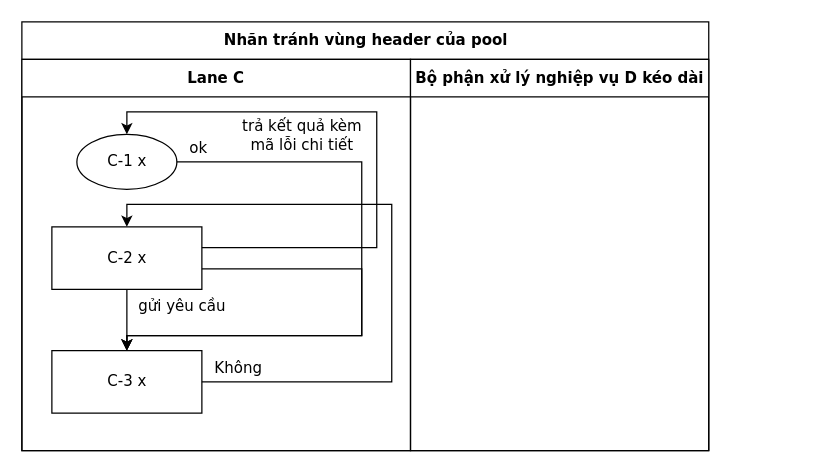
This is conformance/golden/cases/57-label-header-box.drawio from luytbq/flowcast, a draw.io file, before an edit. Source tidied: cells renumbered, new cells numbered last; positions are measured from the earlier drawing's top-left corner, leaving out a move shared by most shapes. Both pictures are drawn from the tidied source at 125%, with x=0, y=0 at pixel (21, 21).
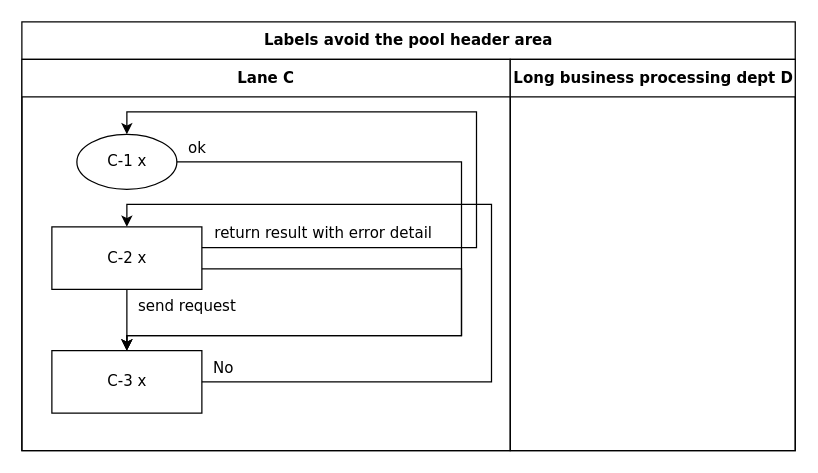
Above is the later version.

Unchanged cells that the change refers to:
```xml
<mxCell id="5" value="C-1 x" style="ellipse;html=1;fontFamily=Verdana;fontSize=12;flowtable=1;" parent="3" vertex="1">
  <mxGeometry x="44" y="60" width="80" height="44" as="geometry" />
</mxCell>
<mxCell id="6" value="C-2 x" style="rounded=0;html=1;fontFamily=Verdana;fontSize=12;flowtable=1;" parent="3" vertex="1">
  <mxGeometry x="24" y="134" width="120" height="50" as="geometry" />
</mxCell>
<mxCell id="7" value="C-3 x" style="rounded=0;html=1;fontFamily=Verdana;fontSize=12;flowtable=1;" parent="3" vertex="1">
  <mxGeometry x="24" y="233" width="120" height="50" as="geometry" />
</mxCell>
```

Diff of the diagram source:
```diff
@@
-    <mxCell id="2" value="Nhãn tránh vùng header của pool" style="swimlane;html=1;startSize=30;fontStyle=1;fontFamily=Verdana;fontSize=12;flowtable=1;" parent="1" vertex="1">
-      <mxGeometry width="549.5" height="343" as="geometry" />
+    <mxCell id="2" value="Labels avoid the pool header area" style="swimlane;html=1;startSize=30;fontStyle=1;fontFamily=Verdana;fontSize=12;flowtable=1;" parent="1" vertex="1">
+      <mxGeometry width="618.7" height="343" as="geometry" />
     </mxCell>
     <mxCell id="3" value="Lane C" style="swimlane;html=1;startSize=30;fontFamily=Verdana;fontSize=12;flowtable=1;" parent="2" vertex="1">
-      <mxGeometry y="30" width="310.9" height="313" as="geometry" />
+      <mxGeometry y="30" width="390.7" height="313" as="geometry" />
     </mxCell>
-    <mxCell id="4" value="Bộ phận xử lý nghiệp vụ D kéo dài" style="swimlane;html=1;startSize=30;fontFamily=Verdana;fontSize=12;flowtable=1;" parent="2" vertex="1">
-      <mxGeometry x="310.9" y="30" width="238.6" height="313" as="geometry" />
+    <mxCell id="4" value="Long business processing dept D" style="swimlane;html=1;startSize=30;fontFamily=Verdana;fontSize=12;flowtable=1;" parent="2" vertex="1">
+      <mxGeometry x="390.7" y="30" width="228" height="313" as="geometry" />
     </mxCell>
@@
     <mxCell id="8" value="ok" style="edgeStyle=orthogonalEdgeStyle;rounded=0;jettySize=auto;html=1;labelBackgroundColor=default;exitX=1;exitY=0.5;exitDx=0;exitDy=0;entryX=0.5;entryY=0;entryDx=0;entryDy=0;fontFamily=Verdana;fontSize=12;flowtable=1;" parent="2" edge="1" source="5" target="7">
-      <mxGeometry x="-0.93" relative="1" as="geometry">
+      <mxGeometry x="-0.95" relative="1" as="geometry">
         <Array as="points">
-          <mxPoint x="271.9" y="112" />
-          <mxPoint x="271.9" y="251" />
+          <mxPoint x="351.7" y="112" />
+          <mxPoint x="351.7" y="251" />
           <mxPoint x="84" y="251" />
         </Array>
         <mxPoint y="-11.5" as="offset" />
       </mxGeometry>
     </mxCell>
-    <mxCell id="9" value="gửi yêu cầu" style="edgeStyle=orthogonalEdgeStyle;rounded=0;jettySize=auto;html=1;labelBackgroundColor=default;exitX=0.5;exitY=1;exitDx=0;exitDy=0;entryX=0.5;entryY=0;entryDx=0;entryDy=0;fontFamily=Verdana;fontSize=12;flowtable=1;" parent="2" edge="1" source="6" target="7">
+    <mxCell id="9" value="send request" style="edgeStyle=orthogonalEdgeStyle;rounded=0;jettySize=auto;html=1;labelBackgroundColor=default;exitX=0.5;exitY=1;exitDx=0;exitDy=0;entryX=0.5;entryY=0;entryDx=0;entryDy=0;fontFamily=Verdana;fontSize=12;flowtable=1;" parent="2" edge="1" source="6" target="7">
       <mxGeometry x="-0.41" relative="1" as="geometry">
-        <mxPoint x="44" as="offset" />
+        <mxPoint x="48.1" as="offset" />
       </mxGeometry>
     </mxCell>
     <mxCell id="10" style="edgeStyle=orthogonalEdgeStyle;rounded=0;jettySize=auto;html=1;labelBackgroundColor=default;exitX=1;exitY=0.67;exitDx=0;exitDy=0;entryX=0.5;entryY=0;entryDx=0;entryDy=0;fontFamily=Verdana;fontSize=12;flowtable=1;" parent="2" edge="1" source="6" target="7">
       <mxGeometry relative="1" as="geometry">
         <Array as="points">
-          <mxPoint x="271.9" y="197.3" />
-          <mxPoint x="271.9" y="251" />
+          <mxPoint x="351.7" y="197.3" />
+          <mxPoint x="351.7" y="251" />
           <mxPoint x="84" y="251" />
         </Array>
       </mxGeometry>
     </mxCell>
-    <mxCell id="11" value="trả kết quả kèm&lt;br&gt;mã lỗi chi tiết" style="edgeStyle=orthogonalEdgeStyle;rounded=0;jettySize=auto;html=1;labelBackgroundColor=default;exitX=1;exitY=0.33;exitDx=0;exitDy=0;entryX=0.5;entryY=0;entryDx=0;entryDy=0;fontFamily=Verdana;fontSize=12;flowtable=1;" parent="2" edge="1" source="6" target="5">
-      <mxGeometry x="0.32" relative="1" as="geometry">
+    <mxCell id="11" value="return result with error detail" style="edgeStyle=orthogonalEdgeStyle;rounded=0;jettySize=auto;html=1;labelBackgroundColor=default;exitX=1;exitY=0.33;exitDx=0;exitDy=0;entryX=0.5;entryY=0;entryDx=0;entryDy=0;fontFamily=Verdana;fontSize=12;flowtable=1;" parent="2" edge="1" source="6" target="5">
+      <mxGeometry x="-0.69" relative="1" as="geometry">
         <Array as="points">
-          <mxPoint x="283.9" y="180.7" />
-          <mxPoint x="283.9" y="72" />
+          <mxPoint x="363.7" y="180.7" />
+          <mxPoint x="363.7" y="72" />
           <mxPoint x="84" y="72" />
         </Array>
-        <mxPoint y="19" as="offset" />
+        <mxPoint y="-11.5" as="offset" />
       </mxGeometry>
     </mxCell>
-    <mxCell id="12" value="Không" style="edgeStyle=orthogonalEdgeStyle;rounded=0;jettySize=auto;html=1;labelBackgroundColor=default;exitX=1;exitY=0.5;exitDx=0;exitDy=0;entryX=0.5;entryY=0;entryDx=0;entryDy=0;fontFamily=Verdana;fontSize=12;flowtable=1;" parent="2" edge="1" source="7" target="6">
-      <mxGeometry x="-0.89" relative="1" as="geometry">
+    <mxCell id="12" value="No" style="edgeStyle=orthogonalEdgeStyle;rounded=0;jettySize=auto;html=1;labelBackgroundColor=default;exitX=1;exitY=0.5;exitDx=0;exitDy=0;entryX=0.5;entryY=0;entryDx=0;entryDy=0;fontFamily=Verdana;fontSize=12;flowtable=1;" parent="2" edge="1" source="7" target="6">
+      <mxGeometry x="-0.95" relative="1" as="geometry">
         <Array as="points">
-          <mxPoint x="295.9" y="288" />
-          <mxPoint x="295.9" y="146" />
+          <mxPoint x="375.7" y="288" />
+          <mxPoint x="375.7" y="146" />
           <mxPoint x="84" y="146" />
         </Array>
         <mxPoint y="-11.5" as="offset" />
       </mxGeometry>
     </mxCell>
```
